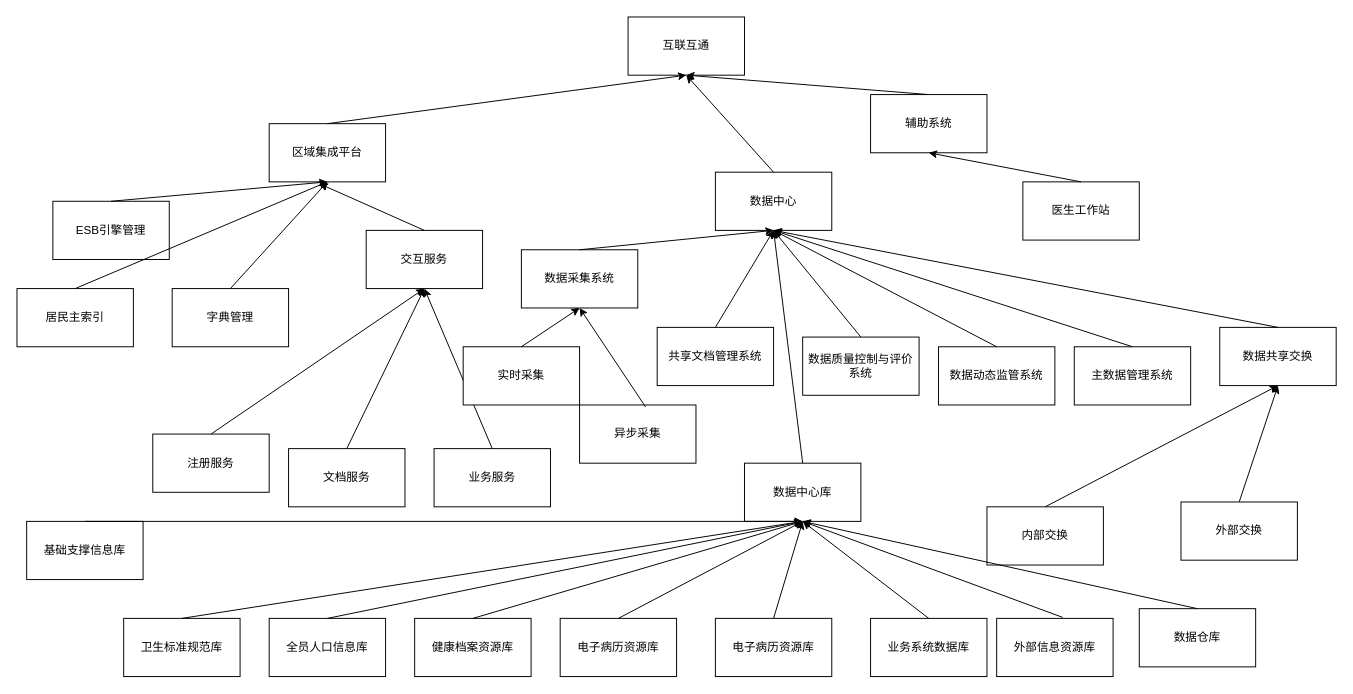
This is source/互联互通.drawio from SmileCJX/processon, a draw.io file, before an edit. Source tidied: cells renumbered, new cells numbered last; positions are measured from the earlier drawing's top-left corner, leaving out a move shared by most shapes. Both pictures are drawn from the tidied source at 97%, with x=0, y=0 at pixel (16, 16).
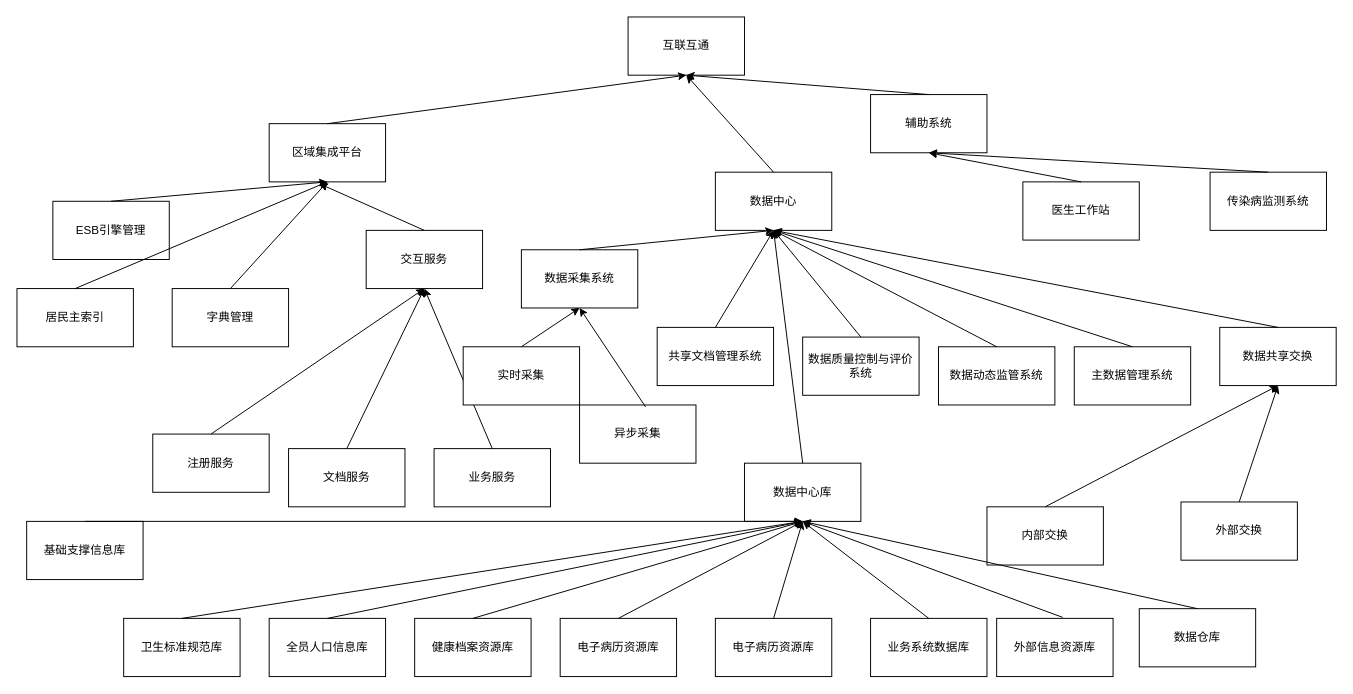
The same diagram, later.

Commit message:
更新互联互通.drawio

The change refers to these unchanged cells:
```xml
<mxCell id="51" value="辅助系统" style="rounded=0;whiteSpace=wrap;html=1;" parent="1" vertex="1">
  <mxGeometry x="880" y="80" width="120" height="60" as="geometry" />
</mxCell>
```

Diff of the diagram source:
```diff
@@
+    <mxCell id="65" value="传染病监测系统" style="rounded=0;whiteSpace=wrap;html=1;" parent="1" vertex="1">
+      <mxGeometry x="1230" y="160" width="120" height="60" as="geometry" />
+    </mxCell>
+    <mxCell id="66" style="endArrow=classic;html=1;exitX=0.5;exitY=0;exitDx=0;exitDy=0;entryX=0.5;entryY=1;entryDx=0;entryDy=0;" parent="1" edge="1" source="65" target="51">
+      <mxGeometry relative="1" as="geometry" />
+    </mxCell>
```
